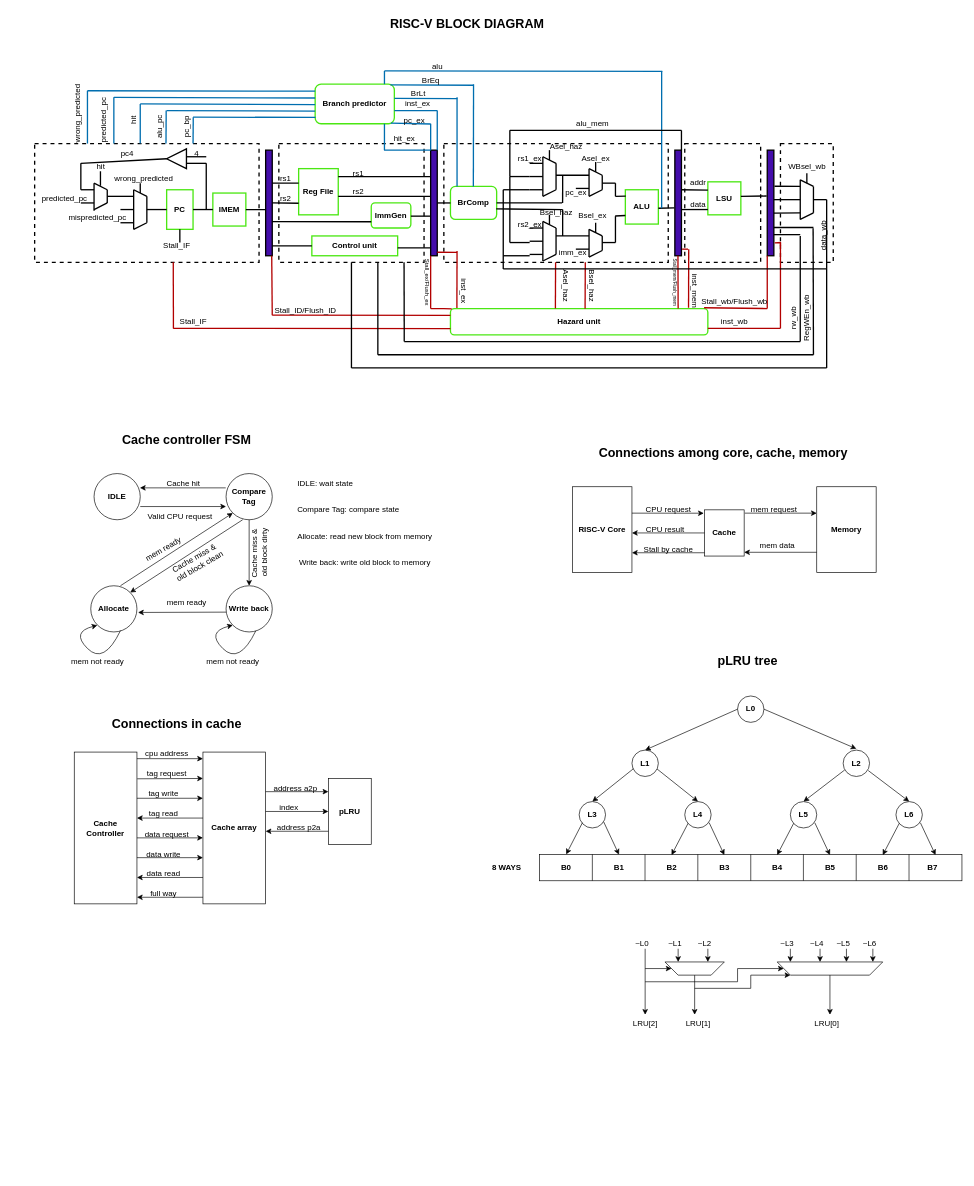
Earlier version of the draw.io diagram Documents/riscv_cache.drawio (Stork1323/riscv_cache). Source tidied: cells renumbered, new cells numbered last; positions are measured from the earlier drawing's top-left corner, leaving out a move shared by most shapes. Both pictures are drawn from the tidied source at 66%, with x=0, y=0 at pixel (34, 11).
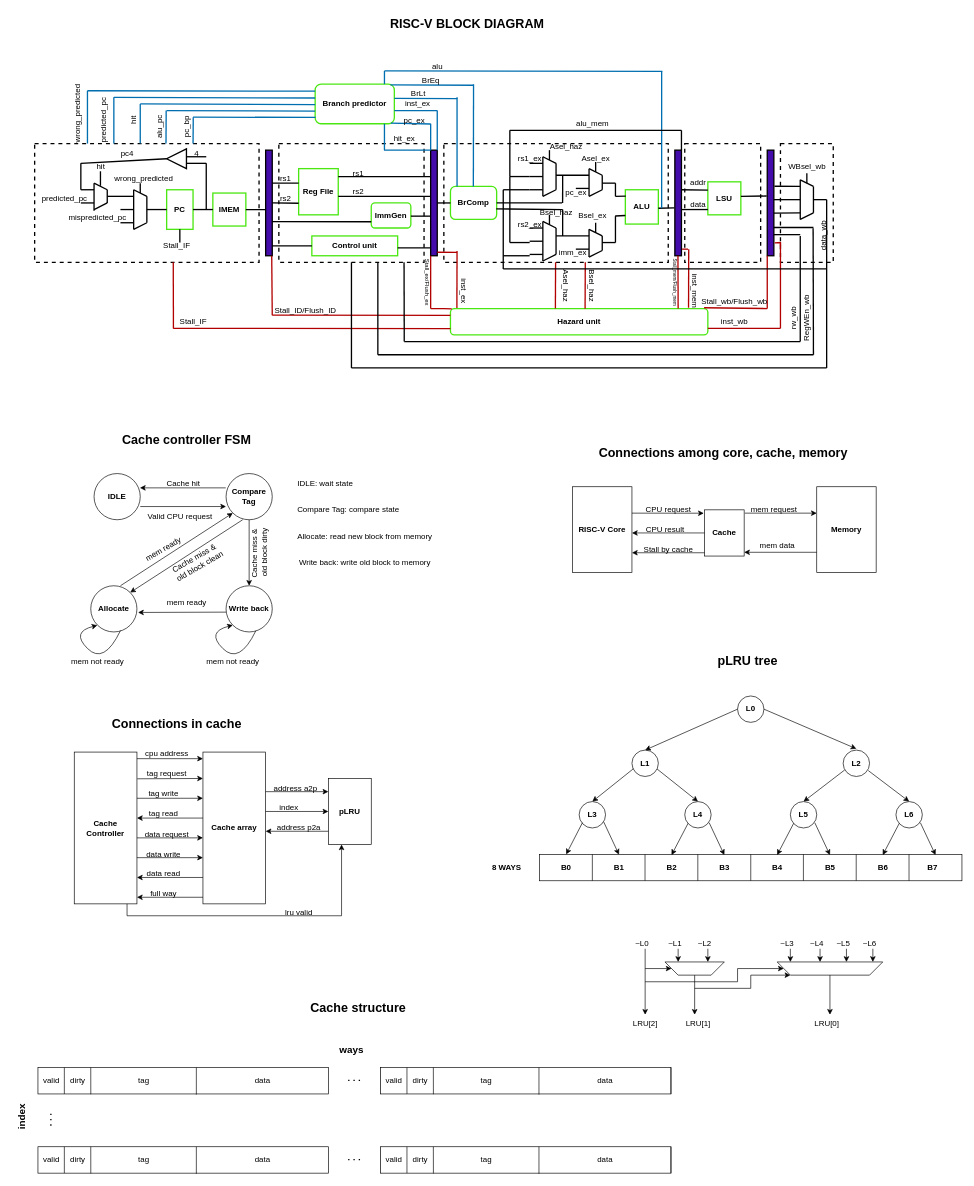
The same page after the edit.

Commit message (it also covers changes not shown here):
Cập nhật riscv_cache.drawio

The edit, as a diff of the source:
```diff
@@
+    <mxCell id="357" style="endArrow=classic;html=1;rounded=0;" parent="1" edge="1">
+      <mxGeometry relative="1" as="geometry">
+        <mxPoint x="465" y="1370" as="sourcePoint" />
+        <mxPoint x="465" y="1262" as="targetPoint" />
+      </mxGeometry>
+    </mxCell>
+    <mxCell id="358" style="endArrow=none;html=1;rounded=0;" parent="1" edge="1">
+      <mxGeometry relative="1" as="geometry">
+        <mxPoint x="140" y="1370" as="sourcePoint" />
+        <mxPoint x="465" y="1370" as="targetPoint" />
+      </mxGeometry>
+    </mxCell>
+    <mxCell id="359" style="endArrow=none;html=1;rounded=0;" parent="1" edge="1">
+      <mxGeometry relative="1" as="geometry">
+        <mxPoint x="140" y="1370" as="sourcePoint" />
+        <mxPoint x="140" y="1352" as="targetPoint" />
+      </mxGeometry>
+    </mxCell>
+    <mxCell id="360" value="lru valid" style="text;html=1;align=center;verticalAlign=middle;strokeColor=none;fillColor=none;" parent="1" vertex="1">
+      <mxGeometry x="370" y="1350" width="60" height="30" as="geometry" />
+    </mxCell>
+    <mxCell id="361" style="rounded=0;whiteSpace=wrap;html=1;" parent="1" vertex="1">
+      <mxGeometry x="5" y="1600" width="440" height="40" as="geometry" />
+    </mxCell>
+    <mxCell id="362" style="endArrow=none;html=1;rounded=0;" parent="1" edge="1">
+      <mxGeometry relative="1" as="geometry">
+        <mxPoint x="45" y="1640" as="sourcePoint" />
+        <mxPoint x="45" y="1600" as="targetPoint" />
+      </mxGeometry>
+    </mxCell>
+    <mxCell id="363" value="valid" style="text;html=1;align=center;verticalAlign=middle;strokeColor=none;fillColor=none;" parent="1" vertex="1">
+      <mxGeometry y="1605" width="50" height="30" as="geometry" />
+    </mxCell>
+    <mxCell id="364" value="dirty" style="text;html=1;align=center;verticalAlign=middle;strokeColor=none;fillColor=none;" parent="1" vertex="1">
+      <mxGeometry x="40" y="1605" width="50" height="30" as="geometry" />
+    </mxCell>
+    <mxCell id="365" style="endArrow=none;html=1;rounded=0;exitX=0.182;exitY=1.012;exitDx=0;exitDy=0;exitPerimeter=0;" parent="1" edge="1" source="361">
+      <mxGeometry relative="1" as="geometry">
+        <mxPoint x="85" y="1600" as="targetPoint" />
+      </mxGeometry>
+    </mxCell>
+    <mxCell id="366" value="tag" style="text;html=1;align=center;verticalAlign=middle;strokeColor=none;fillColor=none;" parent="1" vertex="1">
+      <mxGeometry x="145" y="1605" width="40" height="30" as="geometry" />
+    </mxCell>
+    <mxCell id="367" style="endArrow=none;html=1;rounded=0;" parent="1" edge="1">
+      <mxGeometry relative="1" as="geometry">
+        <mxPoint x="245" y="1641" as="sourcePoint" />
+        <mxPoint x="245" y="1600" as="targetPoint" />
+      </mxGeometry>
+    </mxCell>
+    <mxCell id="368" style="endArrow=none;html=1;rounded=0;" parent="1" edge="1">
+      <mxGeometry relative="1" as="geometry">
+        <mxPoint x="525" y="1640" as="sourcePoint" />
+        <mxPoint x="525" y="1600" as="targetPoint" />
+      </mxGeometry>
+    </mxCell>
+    <mxCell id="369" value="data" style="text;html=1;align=center;verticalAlign=middle;strokeColor=none;fillColor=none;" parent="1" vertex="1">
+      <mxGeometry x="320" y="1605" width="50" height="30" as="geometry" />
+    </mxCell>
+    <mxCell id="370" style="rounded=0;whiteSpace=wrap;html=1;" parent="1" vertex="1">
+      <mxGeometry x="524.1" y="1600" width="440" height="40" as="geometry" />
+    </mxCell>
+    <mxCell id="371" style="endArrow=none;html=1;rounded=0;" parent="1" edge="1">
+      <mxGeometry relative="1" as="geometry">
+        <mxPoint x="564.1" y="1640" as="sourcePoint" />
+        <mxPoint x="564.1" y="1600" as="targetPoint" />
+      </mxGeometry>
+    </mxCell>
+    <mxCell id="372" value="valid" style="text;html=1;align=center;verticalAlign=middle;strokeColor=none;fillColor=none;" parent="1" vertex="1">
+      <mxGeometry x="519.1" y="1605" width="50" height="30" as="geometry" />
+    </mxCell>
+    <mxCell id="373" value="dirty" style="text;html=1;align=center;verticalAlign=middle;strokeColor=none;fillColor=none;" parent="1" vertex="1">
+      <mxGeometry x="559.1" y="1605" width="50" height="30" as="geometry" />
+    </mxCell>
+    <mxCell id="374" style="endArrow=none;html=1;rounded=0;exitX=0.182;exitY=1.012;exitDx=0;exitDy=0;exitPerimeter=0;" parent="1" edge="1" source="370">
+      <mxGeometry relative="1" as="geometry">
+        <mxPoint x="604.1" y="1600" as="targetPoint" />
+      </mxGeometry>
+    </mxCell>
+    <mxCell id="375" value="tag" style="text;html=1;align=center;verticalAlign=middle;strokeColor=none;fillColor=none;" parent="1" vertex="1">
+      <mxGeometry x="664.1" y="1605" width="40" height="30" as="geometry" />
+    </mxCell>
+    <mxCell id="376" style="endArrow=none;html=1;rounded=0;" parent="1" edge="1">
+      <mxGeometry relative="1" as="geometry">
+        <mxPoint x="764.1" y="1641" as="sourcePoint" />
+        <mxPoint x="764.1" y="1600" as="targetPoint" />
+      </mxGeometry>
+    </mxCell>
+    <mxCell id="377" style="endArrow=none;html=1;rounded=0;" parent="1" edge="1">
+      <mxGeometry relative="1" as="geometry">
+        <mxPoint x="964.1" y="1640" as="sourcePoint" />
+        <mxPoint x="964.1" y="1600" as="targetPoint" />
+      </mxGeometry>
+    </mxCell>
+    <mxCell id="378" value="data" style="text;html=1;align=center;verticalAlign=middle;strokeColor=none;fillColor=none;" parent="1" vertex="1">
+      <mxGeometry x="839.1" y="1605" width="50" height="30" as="geometry" />
+    </mxCell>
+    <mxCell id="379" style="endArrow=none;dashed=1;html=1;dashPattern=1 3;strokeWidth=2;rounded=0;" parent="1" edge="1">
+      <mxGeometry relative="1" as="geometry">
+        <mxPoint x="475" y="1619.5" as="sourcePoint" />
+        <mxPoint x="495" y="1619.5" as="targetPoint" />
+      </mxGeometry>
+    </mxCell>
+    <mxCell id="380" style="rounded=0;whiteSpace=wrap;html=1;" parent="1" vertex="1">
+      <mxGeometry x="5" y="1720" width="440" height="40" as="geometry" />
+    </mxCell>
+    <mxCell id="381" style="endArrow=none;html=1;rounded=0;" parent="1" edge="1">
+      <mxGeometry relative="1" as="geometry">
+        <mxPoint x="45" y="1760" as="sourcePoint" />
+        <mxPoint x="45" y="1720" as="targetPoint" />
+      </mxGeometry>
+    </mxCell>
+    <mxCell id="382" value="valid" style="text;html=1;align=center;verticalAlign=middle;strokeColor=none;fillColor=none;" parent="1" vertex="1">
+      <mxGeometry y="1725" width="50" height="30" as="geometry" />
+    </mxCell>
+    <mxCell id="383" value="dirty" style="text;html=1;align=center;verticalAlign=middle;strokeColor=none;fillColor=none;" parent="1" vertex="1">
+      <mxGeometry x="40" y="1725" width="50" height="30" as="geometry" />
+    </mxCell>
+    <mxCell id="384" style="endArrow=none;html=1;rounded=0;exitX=0.182;exitY=1.012;exitDx=0;exitDy=0;exitPerimeter=0;" parent="1" edge="1" source="380">
+      <mxGeometry relative="1" as="geometry">
+        <mxPoint x="85" y="1720" as="targetPoint" />
+      </mxGeometry>
+    </mxCell>
+    <mxCell id="385" value="tag" style="text;html=1;align=center;verticalAlign=middle;strokeColor=none;fillColor=none;" parent="1" vertex="1">
+      <mxGeometry x="145" y="1725" width="40" height="30" as="geometry" />
+    </mxCell>
+    <mxCell id="386" style="endArrow=none;html=1;rounded=0;" parent="1" edge="1">
+      <mxGeometry relative="1" as="geometry">
+        <mxPoint x="245" y="1761" as="sourcePoint" />
+        <mxPoint x="245" y="1720" as="targetPoint" />
+      </mxGeometry>
+    </mxCell>
+    <mxCell id="387" style="endArrow=none;html=1;rounded=0;" parent="1" edge="1">
+      <mxGeometry relative="1" as="geometry">
+        <mxPoint x="525" y="1760" as="sourcePoint" />
+        <mxPoint x="525" y="1720" as="targetPoint" />
+      </mxGeometry>
+    </mxCell>
+    <mxCell id="388" value="data" style="text;html=1;align=center;verticalAlign=middle;strokeColor=none;fillColor=none;" parent="1" vertex="1">
+      <mxGeometry x="320" y="1725" width="50" height="30" as="geometry" />
+    </mxCell>
+    <mxCell id="389" style="rounded=0;whiteSpace=wrap;html=1;" parent="1" vertex="1">
+      <mxGeometry x="524.1" y="1720" width="440" height="40" as="geometry" />
+    </mxCell>
+    <mxCell id="390" style="endArrow=none;html=1;rounded=0;" parent="1" edge="1">
+      <mxGeometry relative="1" as="geometry">
+        <mxPoint x="564.1" y="1760" as="sourcePoint" />
+        <mxPoint x="564.1" y="1720" as="targetPoint" />
+      </mxGeometry>
+    </mxCell>
+    <mxCell id="391" value="valid" style="text;html=1;align=center;verticalAlign=middle;strokeColor=none;fillColor=none;" parent="1" vertex="1">
+      <mxGeometry x="519.1" y="1725" width="50" height="30" as="geometry" />
+    </mxCell>
+    <mxCell id="392" value="dirty" style="text;html=1;align=center;verticalAlign=middle;strokeColor=none;fillColor=none;" parent="1" vertex="1">
+      <mxGeometry x="559.1" y="1725" width="50" height="30" as="geometry" />
+    </mxCell>
+    <mxCell id="393" style="endArrow=none;html=1;rounded=0;exitX=0.182;exitY=1.012;exitDx=0;exitDy=0;exitPerimeter=0;" parent="1" edge="1" source="389">
+      <mxGeometry relative="1" as="geometry">
+        <mxPoint x="604.1" y="1720" as="targetPoint" />
+      </mxGeometry>
+    </mxCell>
+    <mxCell id="394" value="tag" style="text;html=1;align=center;verticalAlign=middle;strokeColor=none;fillColor=none;" parent="1" vertex="1">
+      <mxGeometry x="664.1" y="1725" width="40" height="30" as="geometry" />
+    </mxCell>
+    <mxCell id="395" style="endArrow=none;html=1;rounded=0;" parent="1" edge="1">
+      <mxGeometry relative="1" as="geometry">
+        <mxPoint x="764.1" y="1761" as="sourcePoint" />
+        <mxPoint x="764.1" y="1720" as="targetPoint" />
+      </mxGeometry>
+    </mxCell>
+    <mxCell id="396" style="endArrow=none;html=1;rounded=0;" parent="1" edge="1">
+      <mxGeometry relative="1" as="geometry">
+        <mxPoint x="964.1" y="1760" as="sourcePoint" />
+        <mxPoint x="964.1" y="1720" as="targetPoint" />
+      </mxGeometry>
+    </mxCell>
+    <mxCell id="397" value="data" style="text;html=1;align=center;verticalAlign=middle;strokeColor=none;fillColor=none;" parent="1" vertex="1">
+      <mxGeometry x="839.1" y="1725" width="50" height="30" as="geometry" />
+    </mxCell>
+    <mxCell id="398" style="endArrow=none;dashed=1;html=1;dashPattern=1 3;strokeWidth=2;rounded=0;" parent="1" edge="1">
+      <mxGeometry relative="1" as="geometry">
+        <mxPoint x="475" y="1739.5" as="sourcePoint" />
+        <mxPoint x="495" y="1739.5" as="targetPoint" />
+      </mxGeometry>
+    </mxCell>
+    <mxCell id="399" style="endArrow=none;dashed=1;html=1;dashPattern=1 3;strokeWidth=2;rounded=0;" parent="1" edge="1">
+      <mxGeometry relative="1" as="geometry">
+        <mxPoint x="24.6" y="1670" as="sourcePoint" />
+        <mxPoint x="24.6" y="1690" as="targetPoint" />
+      </mxGeometry>
+    </mxCell>
+    <mxCell id="400" value="Cache structure" style="text;html=1;align=center;verticalAlign=middle;strokeColor=none;fillColor=none;fontSize=19;fontStyle=1;" parent="1" vertex="1">
+      <mxGeometry x="410" y="1490" width="160" height="40" as="geometry" />
+    </mxCell>
+    <mxCell id="401" value="index" style="text;html=1;align=center;verticalAlign=middle;strokeColor=none;fillColor=none;rotation=-90;fontSize=15;fontStyle=1;" parent="1" vertex="1">
+      <mxGeometry x="-50" y="1660" width="60" height="30" as="geometry" />
+    </mxCell>
+    <mxCell id="402" value="ways" style="text;html=1;align=center;verticalAlign=middle;strokeColor=none;fillColor=none;fontStyle=1;fontSize=15;" parent="1" vertex="1">
+      <mxGeometry x="450" y="1558" width="60" height="30" as="geometry" />
+    </mxCell>
```
